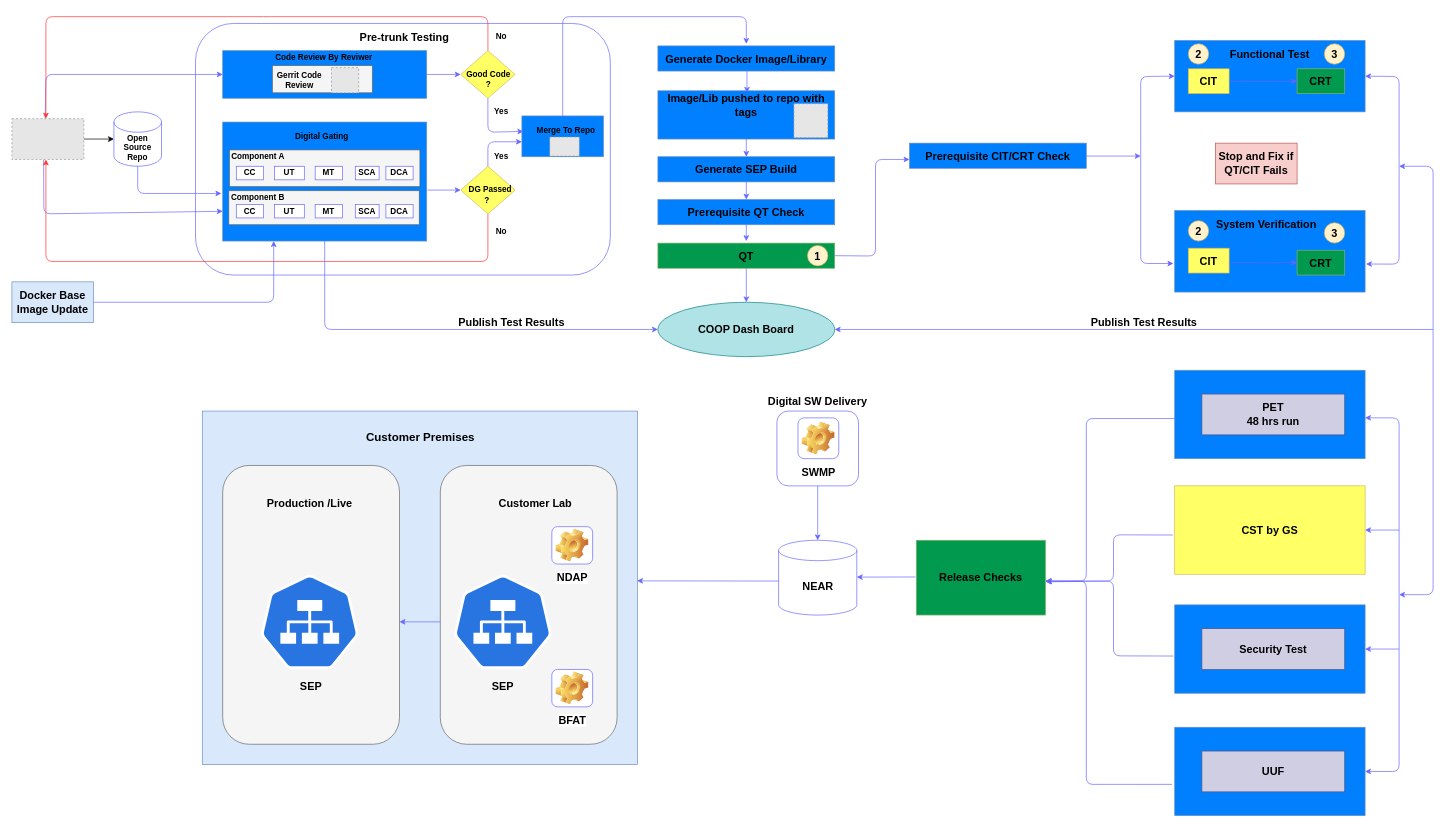
This is Untitled Diagram.drawio from maninokia/log, a draw.io file, before an edit. Source tidied: cells renumbered, new cells numbered last; positions are measured from the earlier drawing's top-left corner, leaving out a move shared by most shapes. Both pictures are drawn from the tidied source at 68%, with x=0, y=0 at pixel (12, 16). Pictures stored in the file or linked from it are replaced by grey dashed boxes.
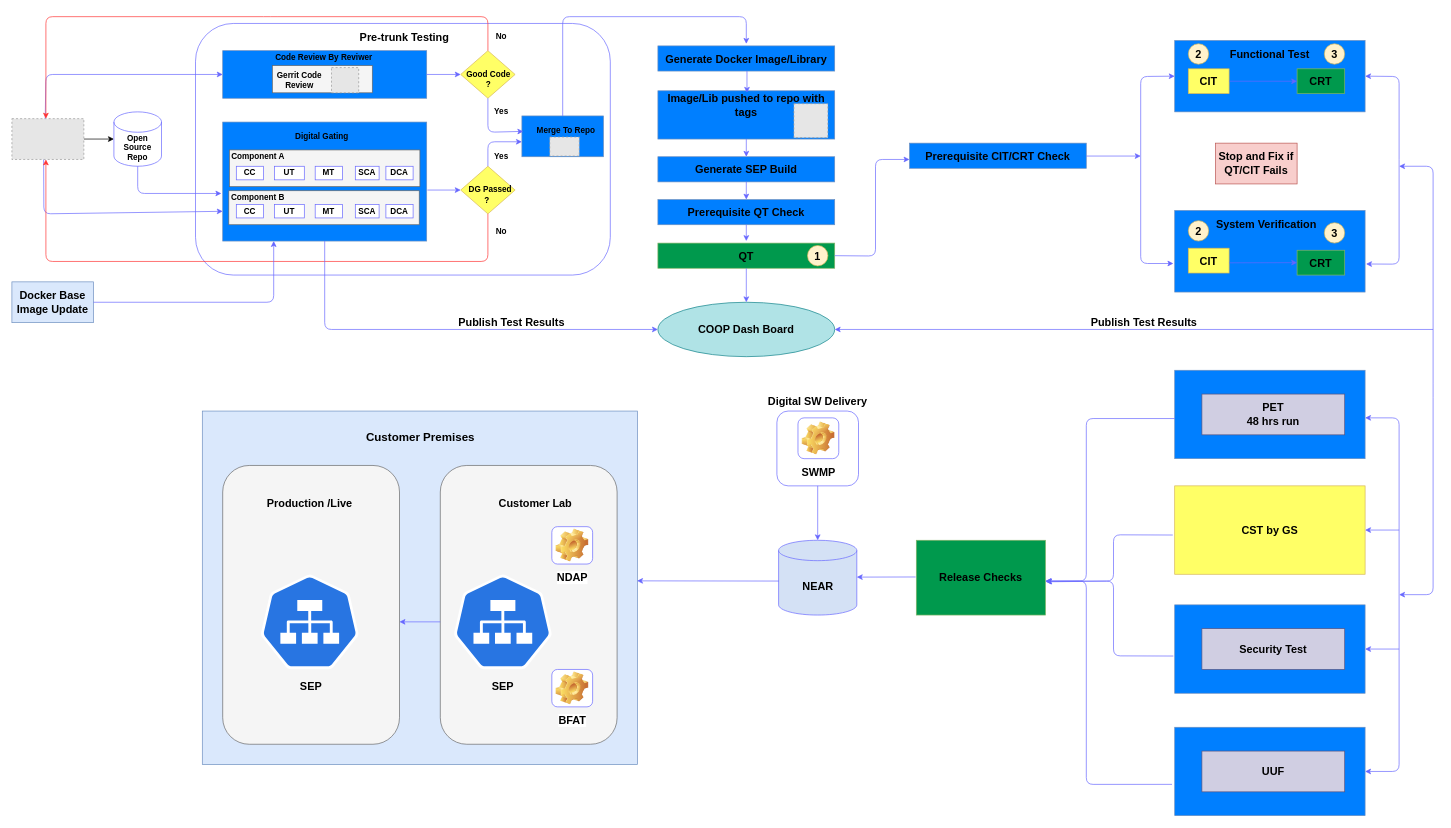
Above is the later version.

The edit, as a diff of the source:
```diff
@@
-    <mxCell id="102" value="NEAR" style="shape=cylinder3;whiteSpace=wrap;html=1;boundedLbl=1;backgroundOutline=1;size=15;fontSize=16;strokeColor=#6666FF;fontStyle=1;" parent="1" vertex="1">
+    <mxCell id="102" value="NEAR" style="shape=cylinder3;whiteSpace=wrap;html=1;boundedLbl=1;backgroundOutline=1;size=15;fontSize=16;strokeColor=#6666FF;fontStyle=1;fillColor=#D4E1F5;" parent="1" vertex="1">
       <mxGeometry x="1127.5" y="770" width="115" height="110" as="geometry" />
     </mxCell>
```
